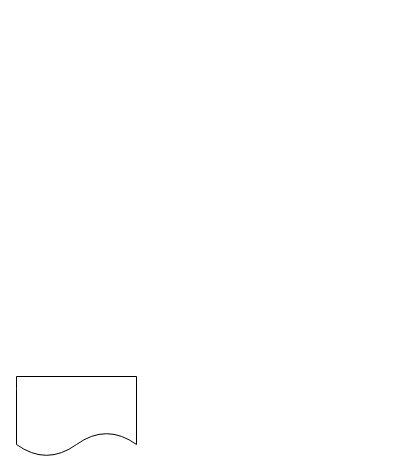
The draw.io diagram page "第 3 页" (3 of 3) of 未命名绘图.drawio in DuanHY/drawio, before the edit. Source tidied: cells renumbered, new cells numbered last; positions are measured from the earlier drawing's top-left corner, leaving out a move shared by most shapes. Both pictures are drawn from the tidied source at 100%, with x=0, y=0 at pixel (16, 376).
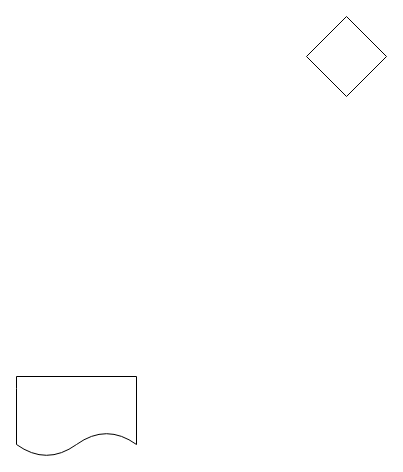
After the change.

Diff of the diagram source:
```diff
@@
 <mxGraphModel>
   <root>
     <mxCell id="0" />
     <mxCell id="1" parent="0" />
     <mxCell id="2" style="shape=document;whiteSpace=wrap;html=1;boundedLbl=1;" parent="1" vertex="1">
       <mxGeometry width="120" height="80" as="geometry" />
     </mxCell>
+    <mxCell id="3" style="rhombus;whiteSpace=wrap;html=1;" parent="1" vertex="1">
+      <mxGeometry x="290" y="-360" width="80" height="80" as="geometry" />
+    </mxCell>
   </root>
 </mxGraphModel>
```
